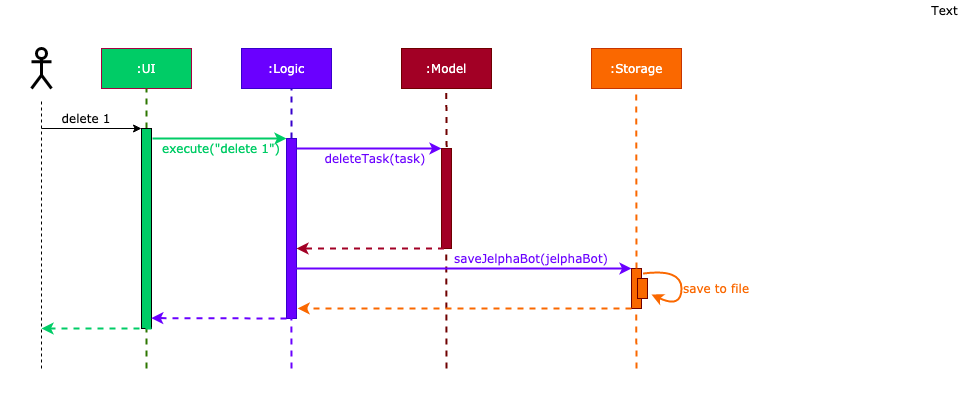
AY1920S2-CS2103-F09-2/main keeps this draw.io diagram as images/interaction.png. Above is the earlier version. Source tidied: cells renumbered, new cells last; positions are measured from the earlier drawing's top-left corner, leaving out a move shared by most shapes. Its diagram source:
```xml
<mxGraphModel>
  <root>
    <mxCell id="0" />
    <mxCell id="1" parent="0" />
    <mxCell id="2" style="rounded=1;whiteSpace=wrap;html=1;strokeColor=#FFFFFF;strokeWidth=3;fillColor=#ffffff;fontFamily=Verdana;" parent="1" vertex="1">
      <mxGeometry y="18" width="760" height="380" as="geometry" />
    </mxCell>
    <mxCell id="3" style="rounded=0;whiteSpace=wrap;html=1;fillColor=#fa6800;fontFamily=Verdana;strokeColor=#6F0000;fontColor=#ffffff;" parent="1" vertex="1">
      <mxGeometry x="630" y="268" width="10" height="40" as="geometry" />
    </mxCell>
    <mxCell id="4" style="shape=umlActor;verticalLabelPosition=bottom;labelBackgroundColor=#ffffff;verticalAlign=top;html=1;strokeWidth=3;" parent="1" vertex="1">
      <mxGeometry x="30" y="48" width="20" height="40" as="geometry" />
    </mxCell>
    <mxCell id="5" style="endArrow=none;dashed=1;html=1;" parent="1" edge="1">
      <mxGeometry relative="1" as="geometry">
        <mxPoint x="40" y="368" as="sourcePoint" />
        <mxPoint x="40" y="98" as="targetPoint" />
      </mxGeometry>
    </mxCell>
    <mxCell id="6" value="&lt;font face=&quot;Verdana&quot;&gt;:UI&lt;/font&gt;" style="rounded=0;whiteSpace=wrap;html=1;fillColor=#00CC66;strokeColor=#A50040;fontColor=#ffffff;" parent="1" vertex="1">
      <mxGeometry x="100" y="48" width="90" height="40" as="geometry" />
    </mxCell>
    <mxCell id="7" style="endArrow=classic;html=1;" parent="1" edge="1">
      <mxGeometry relative="1" as="geometry">
        <mxPoint x="40" y="128" as="sourcePoint" />
        <mxPoint x="140" y="128" as="targetPoint" />
      </mxGeometry>
    </mxCell>
    <mxCell id="8" value="delete 1" style="text;html=1;strokeColor=none;fillColor=none;align=center;verticalAlign=middle;whiteSpace=wrap;rounded=0;fontFamily=Verdana;" parent="1" vertex="1">
      <mxGeometry x="40" y="108" width="90" height="20" as="geometry" />
    </mxCell>
    <mxCell id="9" style="endArrow=none;html=1;fontFamily=Verdana;entryX=0.5;entryY=1;entryDx=0;entryDy=0;dashed=1;fillColor=#60a917;strokeColor=#2D7600;strokeWidth=2;" parent="1" edge="1" source="10" target="6">
      <mxGeometry relative="1" as="geometry" />
    </mxCell>
    <mxCell id="10" style="rounded=0;whiteSpace=wrap;html=1;fillColor=#00CC66;fontFamily=Verdana;" parent="1" vertex="1">
      <mxGeometry x="140" y="128" width="10" height="200" as="geometry" />
    </mxCell>
    <mxCell id="11" style="endArrow=none;html=1;fontFamily=Verdana;entryX=0.5;entryY=1;entryDx=0;entryDy=0;dashed=1;fillColor=#60a917;strokeColor=#2D7600;strokeWidth=2;" parent="1" edge="1" target="10">
      <mxGeometry relative="1" as="geometry">
        <mxPoint x="145" y="368" as="sourcePoint" />
      </mxGeometry>
    </mxCell>
    <mxCell id="12" value="&lt;font face=&quot;Verdana&quot;&gt;:Logic&lt;/font&gt;" style="rounded=0;whiteSpace=wrap;html=1;fillColor=#6a00ff;strokeColor=#3700CC;fontColor=#ffffff;" parent="1" vertex="1">
      <mxGeometry x="240" y="48" width="90" height="40" as="geometry" />
    </mxCell>
    <mxCell id="13" style="endArrow=none;dashed=1;html=1;fontFamily=Verdana;fillColor=#6a00ff;strokeColor=#3700CC;strokeWidth=2;" parent="1" edge="1">
      <mxGeometry relative="1" as="geometry">
        <mxPoint x="290" y="138" as="sourcePoint" />
        <mxPoint x="290" y="88" as="targetPoint" />
      </mxGeometry>
    </mxCell>
    <mxCell id="14" style="rounded=0;whiteSpace=wrap;html=1;fillColor=#6a00ff;fontFamily=Verdana;strokeColor=#3700CC;fontColor=#ffffff;" parent="1" vertex="1">
      <mxGeometry x="285" y="138" width="10" height="180" as="geometry" />
    </mxCell>
    <mxCell id="15" style="endArrow=classic;html=1;strokeWidth=2;fontFamily=Verdana;entryX=0;entryY=0;entryDx=0;entryDy=0;fillColor=#60a917;strokeColor=#00cc66;" parent="1" edge="1" target="14">
      <mxGeometry relative="1" as="geometry">
        <mxPoint x="151" y="138" as="sourcePoint" />
      </mxGeometry>
    </mxCell>
    <mxCell id="16" value="&lt;font color=&quot;#00cc66&quot;&gt;execute(&quot;delete 1&quot;)&lt;/font&gt;" style="text;html=1;strokeColor=none;fillColor=none;align=center;verticalAlign=middle;whiteSpace=wrap;rounded=0;fontFamily=Verdana;" parent="1" vertex="1">
      <mxGeometry x="160" y="138" width="120" height="20" as="geometry" />
    </mxCell>
    <mxCell id="17" value="&lt;font face=&quot;Verdana&quot;&gt;:Model&lt;/font&gt;" style="rounded=0;whiteSpace=wrap;html=1;fillColor=#a20025;strokeColor=#6F0000;fontColor=#ffffff;" parent="1" vertex="1">
      <mxGeometry x="400" y="48" width="90" height="40" as="geometry" />
    </mxCell>
    <mxCell id="18" style="endArrow=none;dashed=1;html=1;fontFamily=Verdana;fillColor=#a20025;strokeColor=#6F0000;strokeWidth=2;exitX=0.514;exitY=-0.016;exitDx=0;exitDy=0;exitPerimeter=0;" parent="1" edge="1" source="19">
      <mxGeometry relative="1" as="geometry">
        <mxPoint x="444.8" y="88" as="targetPoint" />
      </mxGeometry>
    </mxCell>
    <mxCell id="19" style="rounded=0;whiteSpace=wrap;html=1;fillColor=#a20025;fontFamily=Verdana;strokeColor=#6F0000;fontColor=#ffffff;" parent="1" vertex="1">
      <mxGeometry x="440" y="148" width="10" height="100" as="geometry" />
    </mxCell>
    <mxCell id="20" style="endArrow=classic;html=1;strokeWidth=2;fontFamily=Verdana;entryX=0;entryY=0;entryDx=0;entryDy=0;fillColor=#6a00ff;strokeColor=#6a00ff;" parent="1" edge="1" target="19">
      <mxGeometry relative="1" as="geometry">
        <mxPoint x="295" y="148" as="sourcePoint" />
      </mxGeometry>
    </mxCell>
    <mxCell id="21" value="&lt;font color=&quot;#6a00ff&quot;&gt;deleteTask(task)&lt;/font&gt;" style="text;html=1;strokeColor=none;fillColor=none;align=center;verticalAlign=middle;whiteSpace=wrap;rounded=0;fontFamily=Verdana;" parent="1" vertex="1">
      <mxGeometry x="324" y="148" width="100" height="20" as="geometry" />
    </mxCell>
    <mxCell id="22" style="endArrow=none;dashed=1;html=1;fontFamily=Verdana;fillColor=#a20025;strokeColor=#6F0000;strokeWidth=2;" parent="1" edge="1">
      <mxGeometry relative="1" as="geometry">
        <mxPoint x="445" y="368" as="sourcePoint" />
        <mxPoint x="444.8" y="248" as="targetPoint" />
      </mxGeometry>
    </mxCell>
    <mxCell id="23" style="endArrow=classic;html=1;strokeColor=#a20025;strokeWidth=2;fontFamily=Verdana;exitX=0.25;exitY=1;exitDx=0;exitDy=0;dashed=1;" parent="1" edge="1" source="19">
      <mxGeometry relative="1" as="geometry">
        <mxPoint x="295" y="248" as="targetPoint" />
      </mxGeometry>
    </mxCell>
    <mxCell id="24" style="endArrow=classic;html=1;strokeWidth=2;fontFamily=Verdana;fillColor=#6a00ff;strokeColor=#6a00ff;exitX=0;exitY=1;exitDx=0;exitDy=0;dashed=1;entryX=0.978;entryY=0.948;entryDx=0;entryDy=0;entryPerimeter=0;" parent="1" edge="1" source="14" target="10">
      <mxGeometry relative="1" as="geometry" />
    </mxCell>
    <mxCell id="25" style="endArrow=none;dashed=1;html=1;fontFamily=Verdana;fillColor=#6a00ff;strokeColor=#6a00ff;strokeWidth=2;" parent="1" edge="1">
      <mxGeometry relative="1" as="geometry">
        <mxPoint x="290" y="368" as="sourcePoint" />
        <mxPoint x="289.8" y="268" as="targetPoint" />
      </mxGeometry>
    </mxCell>
    <mxCell id="26" style="endArrow=classic;html=1;strokeWidth=2;fontFamily=Verdana;fillColor=#60a917;strokeColor=#00cc66;exitX=1;exitY=1;exitDx=0;exitDy=0;dashed=1;" parent="1" edge="1" source="10">
      <mxGeometry relative="1" as="geometry">
        <mxPoint x="40" y="328" as="targetPoint" />
      </mxGeometry>
    </mxCell>
    <mxCell id="27" value="&lt;font face=&quot;Verdana&quot;&gt;:Storage&lt;/font&gt;" style="rounded=0;whiteSpace=wrap;html=1;fillColor=#fa6800;strokeColor=#C73500;fontColor=#ffffff;" parent="1" vertex="1">
      <mxGeometry x="590" y="48" width="90" height="40" as="geometry" />
    </mxCell>
    <mxCell id="28" style="endArrow=classic;html=1;strokeWidth=2;fontFamily=Verdana;fillColor=#6a00ff;strokeColor=#6a00ff;entryX=0;entryY=0;entryDx=0;entryDy=0;" parent="1" edge="1" target="3">
      <mxGeometry relative="1" as="geometry">
        <mxPoint x="290" y="268" as="sourcePoint" />
      </mxGeometry>
    </mxCell>
    <mxCell id="29" style="endArrow=none;dashed=1;html=1;fontFamily=Verdana;fillColor=#fa6800;strokeColor=#fa6800;strokeWidth=2;exitX=0.5;exitY=0;exitDx=0;exitDy=0;" parent="1" edge="1" source="3">
      <mxGeometry relative="1" as="geometry">
        <mxPoint x="634.7" y="88" as="targetPoint" />
      </mxGeometry>
    </mxCell>
    <mxCell id="30" style="endArrow=none;dashed=1;html=1;fontFamily=Verdana;fillColor=#fa6800;strokeColor=#fa6800;strokeWidth=2;" parent="1" edge="1">
      <mxGeometry relative="1" as="geometry">
        <mxPoint x="635" y="368" as="sourcePoint" />
        <mxPoint x="634.7" y="308" as="targetPoint" />
      </mxGeometry>
    </mxCell>
    <mxCell id="31" value="&lt;font color=&quot;#fa6800&quot;&gt;save to file&lt;/font&gt;" style="text;html=1;strokeColor=none;fillColor=none;align=center;verticalAlign=middle;whiteSpace=wrap;rounded=0;fontFamily=Verdana;" parent="1" vertex="1">
      <mxGeometry x="680" y="278" width="70" height="20" as="geometry" />
    </mxCell>
    <mxCell id="32" value="&lt;font color=&quot;#6a00ff&quot;&gt;saveJelphaBot(jelphaBot)&lt;/font&gt;" style="text;html=1;strokeColor=none;fillColor=none;align=center;verticalAlign=middle;whiteSpace=wrap;rounded=0;fontFamily=Verdana;" parent="1" vertex="1">
      <mxGeometry x="460" y="248" width="140" height="20" as="geometry" />
    </mxCell>
    <mxCell id="33" style="endArrow=classic;html=1;strokeColor=#fa6800;strokeWidth=2;fontFamily=Verdana;exitX=0;exitY=1;exitDx=0;exitDy=0;entryX=1.116;entryY=0.944;entryDx=0;entryDy=0;entryPerimeter=0;dashed=1;" parent="1" edge="1" source="3" target="14">
      <mxGeometry relative="1" as="geometry" />
    </mxCell>
    <mxCell id="34" style="rounded=0;whiteSpace=wrap;html=1;fillColor=#fa6800;fontFamily=Verdana;strokeColor=#6F0000;fontColor=#ffffff;" parent="1" vertex="1">
      <mxGeometry x="636" y="278" width="10" height="20" as="geometry" />
    </mxCell>
    <mxCell id="35" style="endArrow=classic;html=1;strokeColor=#fa6800;strokeWidth=2;fontFamily=Verdana;curved=1;exitX=1.152;exitY=0.126;exitDx=0;exitDy=0;exitPerimeter=0;" parent="1" edge="1" source="3">
      <mxGeometry relative="1" as="geometry">
        <mxPoint x="650" y="294" as="targetPoint" />
        <Array as="points">
          <mxPoint x="680" y="268" />
          <mxPoint x="680" y="308" />
        </Array>
      </mxGeometry>
    </mxCell>
    <mxCell id="36" value="Text" style="text;html=1;align=center;verticalAlign=middle;fontFamily=Verdana;" parent="1" vertex="1">
      <mxGeometry x="923" width="40" height="20" as="geometry" />
    </mxCell>
  </root>
</mxGraphModel>
```
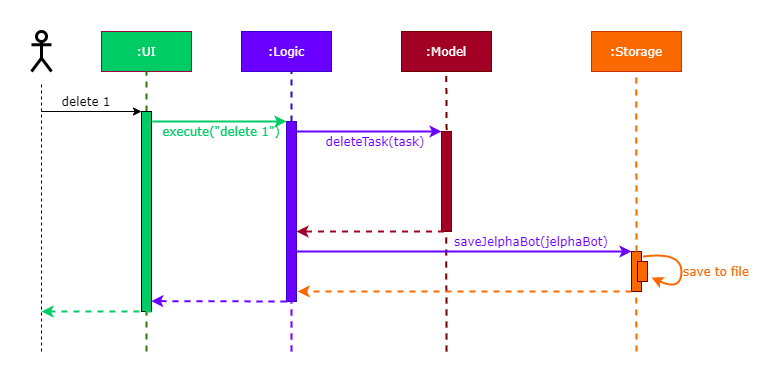
After the change.

Diff of the diagram source:
```diff
@@ -144,8 +144,5 @@
         </Array>
       </mxGeometry>
     </mxCell>
-    <mxCell id="36" value="Text" style="text;html=1;align=center;verticalAlign=middle;fontFamily=Verdana;" parent="1" vertex="1">
-      <mxGeometry x="923" width="40" height="20" as="geometry" />
-    </mxCell>
   </root>
 </mxGraphModel>
```
